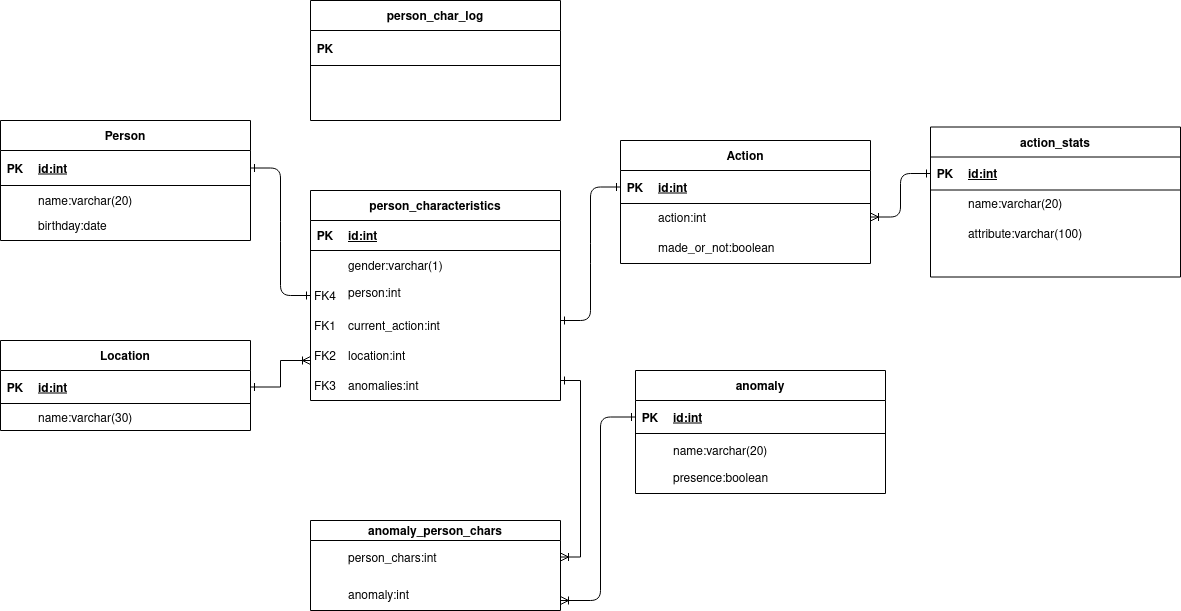
Earlier version of the draw.io export lab1/datagraphic(1).png (antonvedaet/db-labs). Source tidied: cells renumbered, new cells last; positions are measured from the earlier drawing's top-left corner, leaving out a move shared by most shapes.
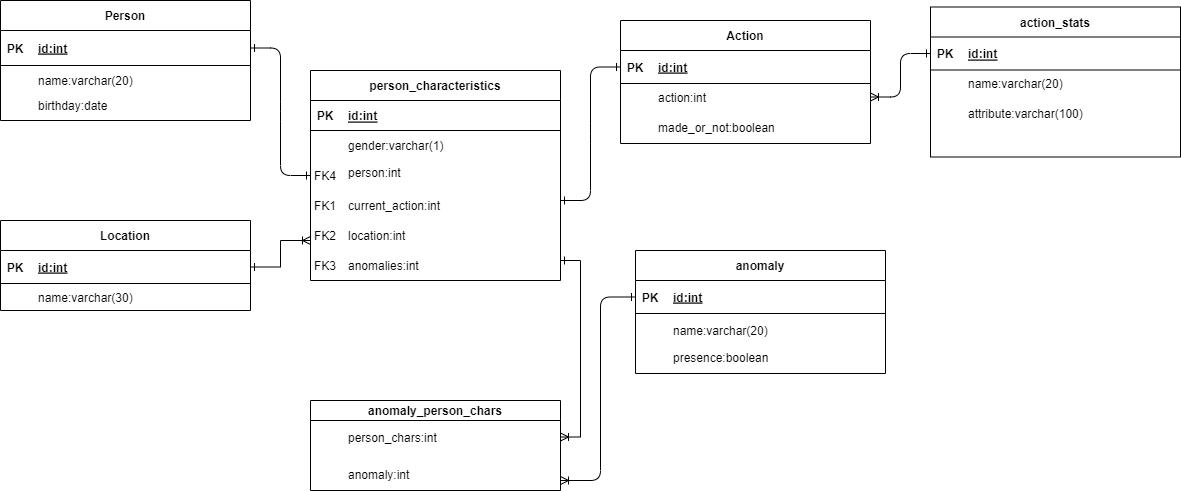
Later version of the same file.

Commit message:
lab3 func

Change to the diagram source:
```diff
@@ -233,29 +233,5 @@
     <mxCell id="71" value="FK4" style="shape=partialRectangle;overflow=hidden;fillColor=none;top=0;left=0;bottom=0;right=0;" parent="1" vertex="1">
       <mxGeometry x="310" y="280" width="30" height="30" as="geometry" />
     </mxCell>
-    <mxCell id="72" value="person_char_log" style="shape=table;startSize=30;rowLines=0;fontStyle=1;align=center;columnLines=0;" parent="1" vertex="1">
-      <mxGeometry x="310" width="250" height="120" as="geometry" />
-    </mxCell>
-    <mxCell id="73" style="shape=partialRectangle;fillColor=none;top=0;left=0;right=0;bottom=1;" parent="72" vertex="1">
-      <mxGeometry y="30" width="250" height="35" as="geometry" />
-    </mxCell>
-    <mxCell id="74" value="PK" style="shape=partialRectangle;overflow=hidden;fillColor=none;top=0;left=0;bottom=0;right=0;fontStyle=1;" parent="73" vertex="1">
-      <mxGeometry width="30" height="35" as="geometry" />
-    </mxCell>
-    <mxCell id="75" style="shape=partialRectangle;overflow=hidden;fillColor=none;top=0;left=0;bottom=0;right=0;align=left;spacingLeft=6;fontStyle=5;" parent="73" vertex="1">
-      <mxGeometry x="30" width="220" height="35" as="geometry" />
-    </mxCell>
-    <mxCell id="76" style="shape=partialRectangle;fillColor=none;top=0;left=0;right=0;bottom=0;" parent="72" vertex="1">
-      <mxGeometry y="65" width="250" height="30" as="geometry" />
-    </mxCell>
-    <mxCell id="77" style="shape=partialRectangle;overflow=hidden;fillColor=none;top=0;left=0;bottom=0;right=0;" parent="76" vertex="1">
-      <mxGeometry width="30" height="30" as="geometry" />
-    </mxCell>
-    <mxCell id="78" style="shape=partialRectangle;overflow=hidden;fillColor=none;top=0;left=0;bottom=0;right=0;align=left;spacingLeft=6;" parent="76" vertex="1">
-      <mxGeometry x="30" width="220" height="30" as="geometry" />
-    </mxCell>
-    <mxCell id="79" style="shape=partialRectangle;overflow=hidden;fillColor=none;top=0;left=0;bottom=0;right=0;align=left;spacingLeft=6;" parent="1" vertex="1">
-      <mxGeometry x="340" y="90" width="220" height="30" as="geometry" />
-    </mxCell>
   </root>
 </mxGraphModel>
```
